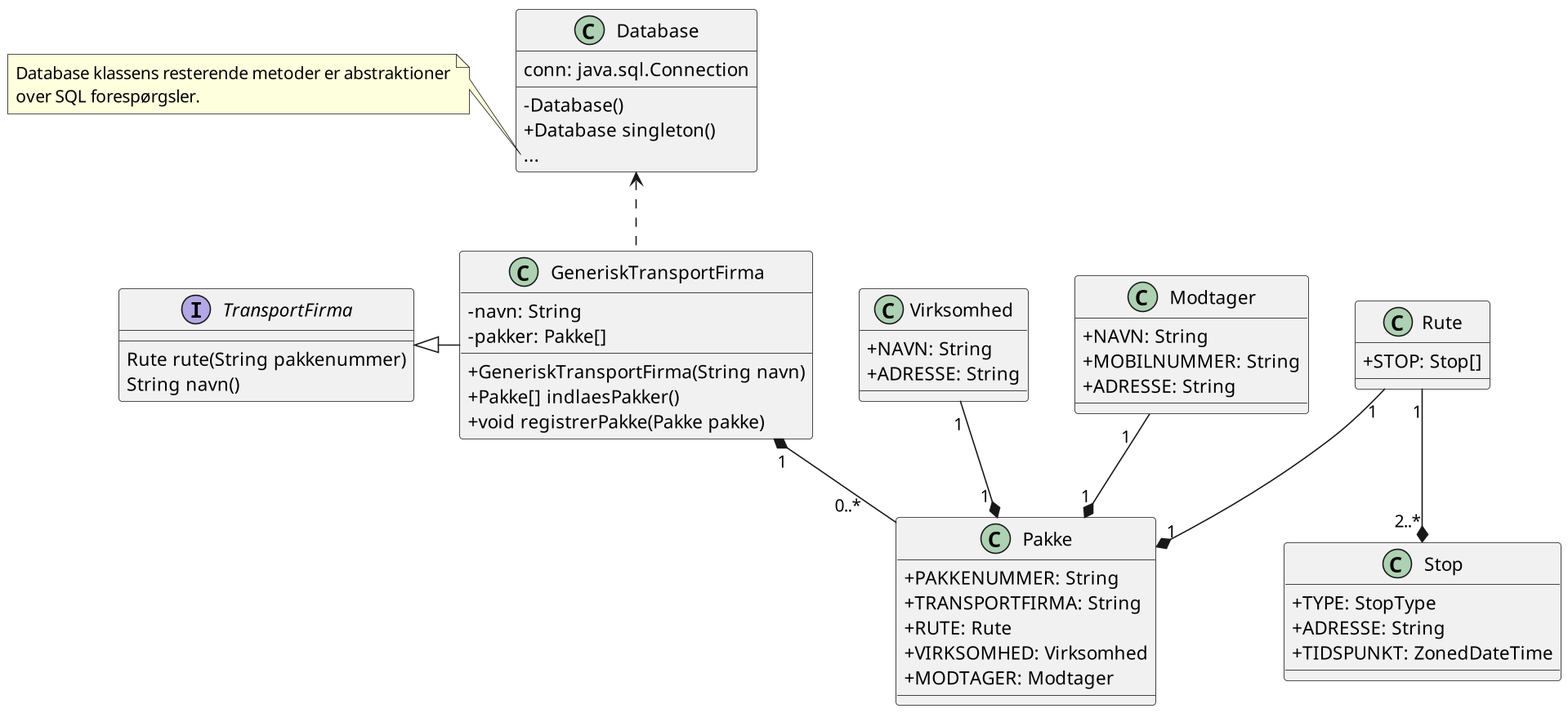
Before: diagram/class-diagram.png, a diagram exported from PlantUML (sofush/trace).
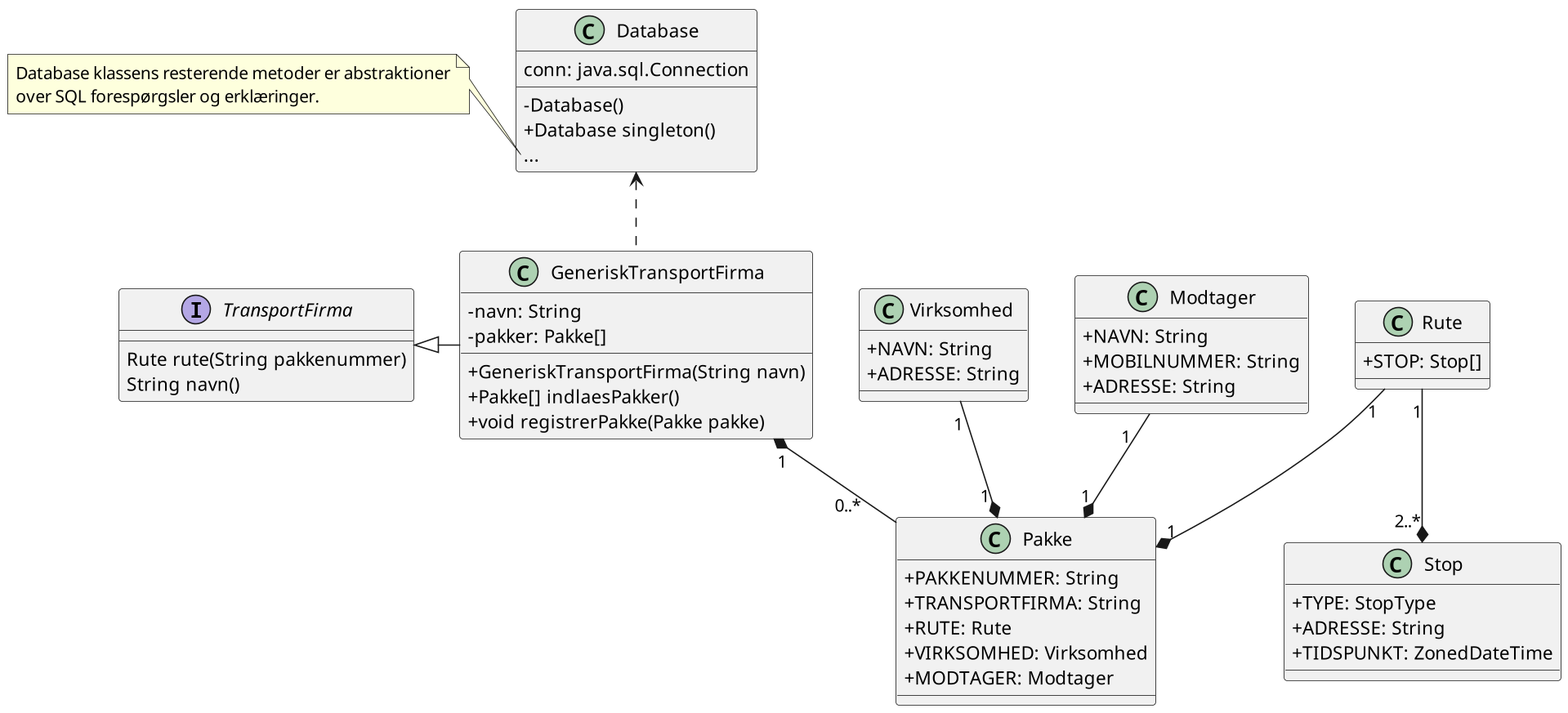
The same diagram one commit later.

Commit message:
feat: opdater note i klasse diagrammet

Diff of the diagram source:
```diff
@@ -42,7 +42,7 @@
 }
 note left of Database::...
 	Database klassens resterende metoder er abstraktioner
-	over SQL forespørgsler.
+	over SQL forespørgsler og erklæringer.
 end note
 Database <.. GeneriskTransportFirma
 GeneriskTransportFirma "1" *-- "0..*\t     " Pakke
```
